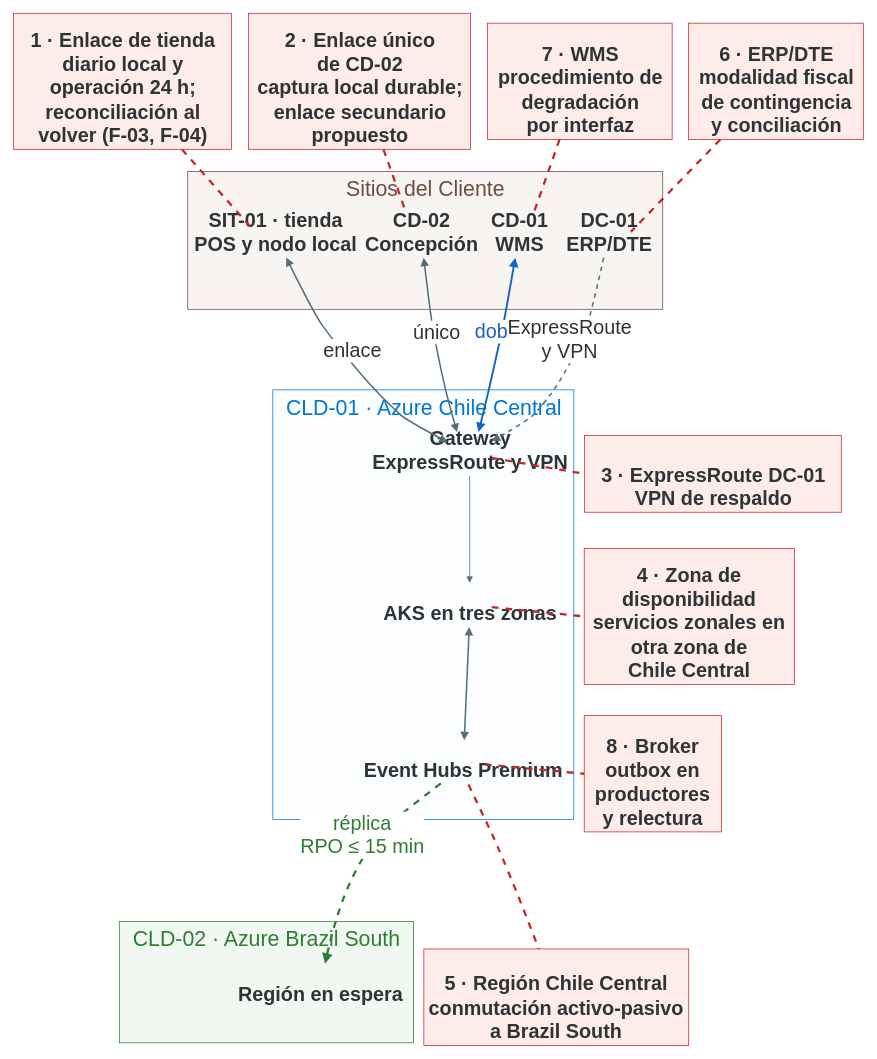
ManuelsAguilera/LicitacionContexto keeps this draw.io diagram as 04_Adjuntos/diagramas/diag-04-16_conexiones-y-contingencia.drawio. Above is the earlier version. Source tidied: cells renumbered, new cells numbered last; positions are measured from the earlier drawing's top-left corner, leaving out a move shared by most shapes. Both pictures are drawn from the tidied source at 76%, with x=0, y=0 at pixel (13, 13).
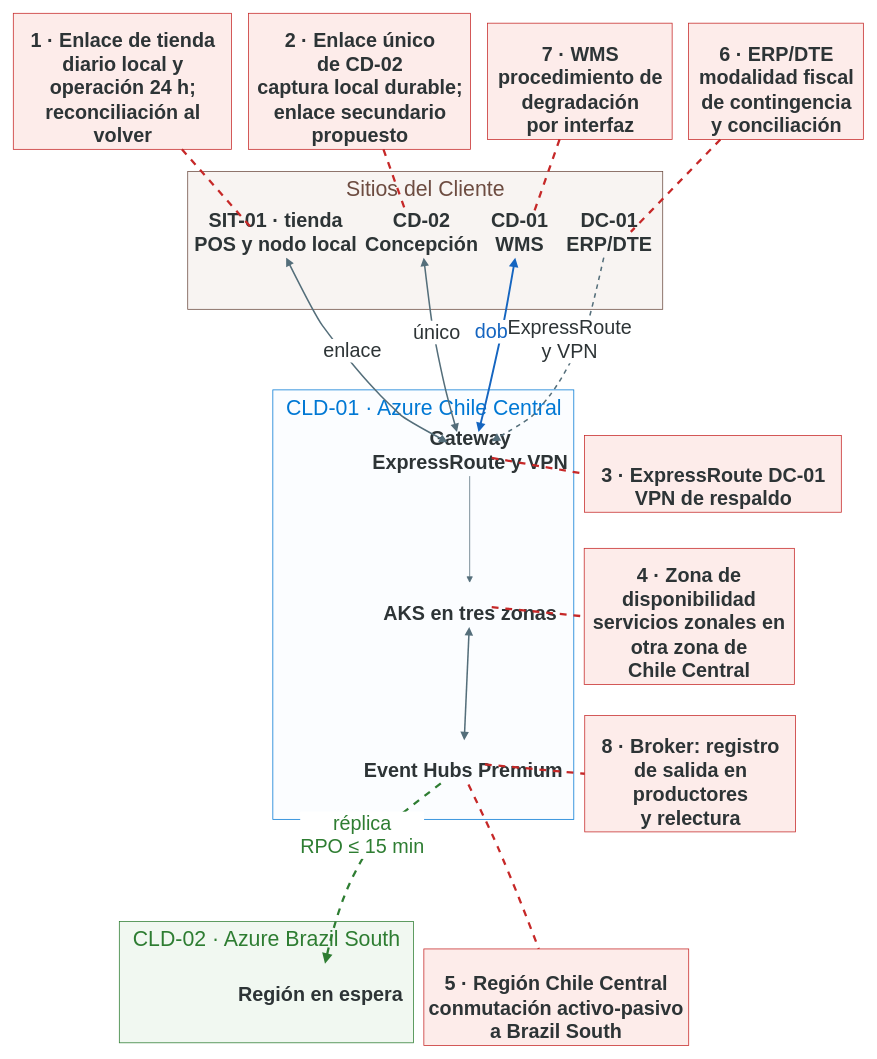
After the change.

Diff of the diagram source:
```diff
@@
-    <mxCell id="15" value="&lt;b&gt;&lt;font style='font-size: 26.0px;' face='Arial' color='#2d3436'&gt;8 · Broker&lt;br/&gt;outbox en&lt;br/&gt;productores&lt;br/&gt;y relectura&lt;br/&gt; &lt;/font&gt;&lt;/b&gt;" style="verticalAlign=bottom;html=1;rounded=0;labelBackgroundColor=none;strokeColor=#c62828;fillColor=#fdecea;strokeWidth=1;dashed=0;" parent="1" vertex="1">
-      <mxGeometry x="751.2" y="924.1" width="180.5" height="153" as="geometry" />
+    <mxCell id="15" value="&lt;b&gt;&lt;font style='font-size: 26.0px;' face='Arial' color='#2d3436'&gt;8 · Broker: registro&lt;br/&gt;de salida en&lt;br/&gt;productores&lt;br/&gt;y relectura&lt;br/&gt; &lt;/font&gt;&lt;/b&gt;" style="verticalAlign=bottom;html=1;rounded=0;labelBackgroundColor=none;strokeColor=#c62828;fillColor=#fdecea;strokeWidth=1;dashed=0;" parent="1" vertex="1">
+      <mxGeometry x="751.9" y="924.1" width="277.3" height="153" as="geometry" />
     </mxCell>
@@
-    <mxCell id="17" value="&lt;b&gt;&lt;font style='font-size: 26.0px;' face='Arial' color='#2d3436'&gt;1 · Enlace de tienda&lt;br/&gt;diario local y&lt;br/&gt;operación 24 h;&lt;br/&gt;reconciliación al&lt;br/&gt;volver (F-03, F-04)&lt;br/&gt; &lt;/font&gt;&lt;/b&gt;" style="verticalAlign=bottom;html=1;rounded=0;labelBackgroundColor=none;strokeColor=#c62828;fillColor=#fdecea;strokeWidth=1;dashed=0;" parent="1" vertex="1">
+    <mxCell id="17" value="&lt;b&gt;&lt;font style='font-size: 26.0px;' face='Arial' color='#2d3436'&gt;1 · Enlace de tienda&lt;br/&gt;diario local y&lt;br/&gt;operación 24 h;&lt;br/&gt;reconciliación al&lt;br/&gt;volver&lt;br/&gt; &lt;/font&gt;&lt;/b&gt;" style="verticalAlign=bottom;html=1;rounded=0;labelBackgroundColor=none;strokeColor=#c62828;fillColor=#fdecea;strokeWidth=1;dashed=0;" parent="1" vertex="1">
       <mxGeometry width="287" height="179" as="geometry" />
     </mxCell>
```
